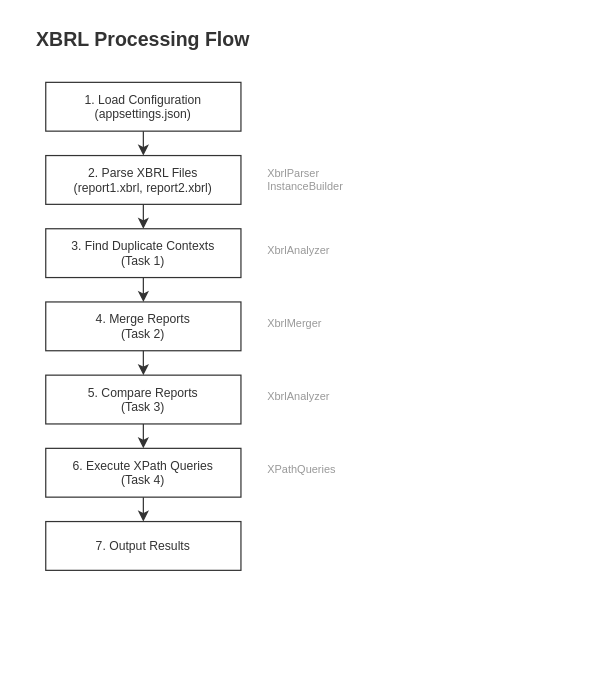
The draw.io diagram docs/1-processing-flow.drawio in Anton19840712/avancor-xbrl-processor, before the edit. Source tidied: cells renumbered, new cells numbered last; positions are measured from the earlier drawing's top-left corner, leaving out a move shared by most shapes. Both pictures are drawn from the tidied source at 122%, with x=0, y=0 at pixel (21, 21).
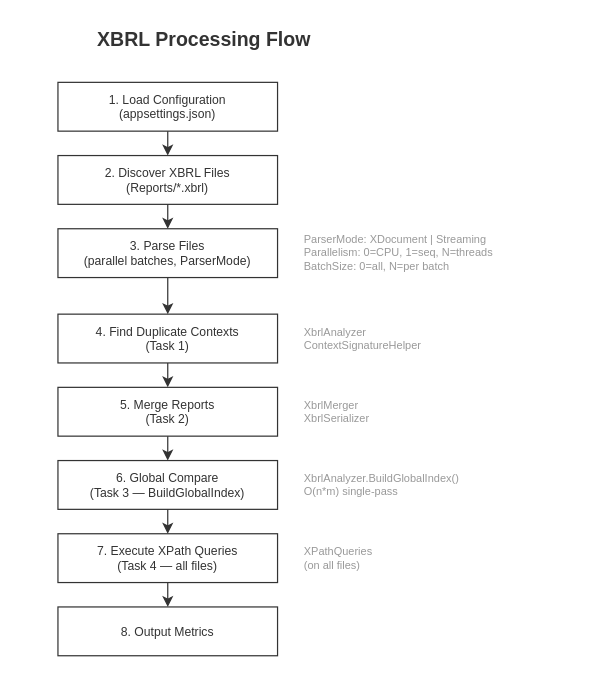
After the change.

Change to the diagram source:
```diff
@@
     <mxCell id="2" value="XBRL Processing Flow" style="text;html=1;strokeColor=none;fillColor=none;align=center;verticalAlign=middle;whiteSpace=wrap;rounded=0;fontSize=16;fontStyle=1;fontColor=#333333;" parent="1" vertex="1">
-      <mxGeometry width="200" height="30" as="geometry" />
+      <mxGeometry x="20" width="260" height="30" as="geometry" />
     </mxCell>
     <mxCell id="3" value="1. Load Configuration&#10;(appsettings.json)" style="rounded=0;whiteSpace=wrap;html=1;strokeColor=#333333;fillColor=none;fontSize=10;fontColor=#333333;" parent="1" vertex="1">
-      <mxGeometry x="20" y="50" width="160" height="40" as="geometry" />
+      <mxGeometry x="30" y="50" width="180" height="40" as="geometry" />
     </mxCell>
-    <mxCell id="4" value="2. Parse XBRL Files&#10;(report1.xbrl, report2.xbrl)" style="rounded=0;whiteSpace=wrap;html=1;strokeColor=#333333;fillColor=none;fontSize=10;fontColor=#333333;" parent="1" vertex="1">
-      <mxGeometry x="20" y="110" width="160" height="40" as="geometry" />
+    <mxCell id="4" value="2. Discover XBRL Files&#10;(Reports/*.xbrl)" style="rounded=0;whiteSpace=wrap;html=1;strokeColor=#333333;fillColor=none;fontSize=10;fontColor=#333333;" parent="1" vertex="1">
+      <mxGeometry x="30" y="110" width="180" height="40" as="geometry" />
     </mxCell>
-    <mxCell id="5" value="3. Find Duplicate Contexts&#10;(Task 1)" style="rounded=0;whiteSpace=wrap;html=1;strokeColor=#333333;fillColor=none;fontSize=10;fontColor=#333333;" parent="1" vertex="1">
-      <mxGeometry x="20" y="170" width="160" height="40" as="geometry" />
+    <mxCell id="5" value="3. Parse Files&#10;(parallel batches, ParserMode)" style="rounded=0;whiteSpace=wrap;html=1;strokeColor=#333333;fillColor=none;fontSize=10;fontColor=#333333;" parent="1" vertex="1">
+      <mxGeometry x="30" y="170" width="180" height="40" as="geometry" />
     </mxCell>
-    <mxCell id="6" value="4. Merge Reports&#10;(Task 2)" style="rounded=0;whiteSpace=wrap;html=1;strokeColor=#333333;fillColor=none;fontSize=10;fontColor=#333333;" parent="1" vertex="1">
-      <mxGeometry x="20" y="230" width="160" height="40" as="geometry" />
+    <mxCell id="6" value="4. Find Duplicate Contexts&#10;(Task 1)" style="rounded=0;whiteSpace=wrap;html=1;strokeColor=#333333;fillColor=none;fontSize=10;fontColor=#333333;" parent="1" vertex="1">
+      <mxGeometry x="30" y="240" width="180" height="40" as="geometry" />
     </mxCell>
-    <mxCell id="7" value="5. Compare Reports&#10;(Task 3)" style="rounded=0;whiteSpace=wrap;html=1;strokeColor=#333333;fillColor=none;fontSize=10;fontColor=#333333;" parent="1" vertex="1">
-      <mxGeometry x="20" y="290" width="160" height="40" as="geometry" />
+    <mxCell id="7" value="5. Merge Reports&#10;(Task 2)" style="rounded=0;whiteSpace=wrap;html=1;strokeColor=#333333;fillColor=none;fontSize=10;fontColor=#333333;" parent="1" vertex="1">
+      <mxGeometry x="30" y="300" width="180" height="40" as="geometry" />
     </mxCell>
-    <mxCell id="8" value="6. Execute XPath Queries&#10;(Task 4)" style="rounded=0;whiteSpace=wrap;html=1;strokeColor=#333333;fillColor=none;fontSize=10;fontColor=#333333;" parent="1" vertex="1">
-      <mxGeometry x="20" y="350" width="160" height="40" as="geometry" />
+    <mxCell id="8" value="6. Global Compare&#10;(Task 3 — BuildGlobalIndex)" style="rounded=0;whiteSpace=wrap;html=1;strokeColor=#333333;fillColor=none;fontSize=10;fontColor=#333333;" parent="1" vertex="1">
+      <mxGeometry x="30" y="360" width="180" height="40" as="geometry" />
     </mxCell>
-    <mxCell id="9" value="7. Output Results" style="rounded=0;whiteSpace=wrap;html=1;strokeColor=#333333;fillColor=none;fontSize=10;fontColor=#333333;" parent="1" vertex="1">
-      <mxGeometry x="20" y="410" width="160" height="40" as="geometry" />
+    <mxCell id="9" value="7. Execute XPath Queries&#10;(Task 4 — all files)" style="rounded=0;whiteSpace=wrap;html=1;strokeColor=#333333;fillColor=none;fontSize=10;fontColor=#333333;" parent="1" vertex="1">
+      <mxGeometry x="30" y="420" width="180" height="40" as="geometry" />
     </mxCell>
+    <mxCell id="21" value="8. Output Metrics" style="rounded=0;whiteSpace=wrap;html=1;strokeColor=#333333;fillColor=none;fontSize=10;fontColor=#333333;" parent="1" vertex="1">
+      <mxGeometry x="30" y="480" width="180" height="40" as="geometry" />
+    </mxCell>
@@
+    <mxCell id="22" style="endArrow=classic;html=1;strokeColor=#333333;exitX=0.5;exitY=1;entryX=0.5;entryY=0;" parent="1" edge="1" source="9" target="21">
+      <mxGeometry relative="1" as="geometry" />
+    </mxCell>
-    <mxCell id="16" value="XbrlParser&#10;InstanceBuilder" style="text;html=1;strokeColor=none;fillColor=none;align=left;verticalAlign=middle;whiteSpace=wrap;rounded=0;fontSize=9;fontColor=#999999;" parent="1" vertex="1">
-      <mxGeometry x="200" y="115" width="100" height="30" as="geometry" />
+    <mxCell id="16" value="ParserMode: XDocument | Streaming&#10;Parallelism: 0=CPU, 1=seq, N=threads&#10;BatchSize: 0=all, N=per batch" style="text;html=1;strokeColor=none;fillColor=none;align=left;verticalAlign=middle;whiteSpace=wrap;rounded=0;fontSize=9;fontColor=#999999;" parent="1" vertex="1">
+      <mxGeometry x="230" y="165" width="220" height="50" as="geometry" />
     </mxCell>
-    <mxCell id="17" value="XbrlAnalyzer" style="text;html=1;strokeColor=none;fillColor=none;align=left;verticalAlign=middle;whiteSpace=wrap;rounded=0;fontSize=9;fontColor=#999999;" parent="1" vertex="1">
-      <mxGeometry x="200" y="178" width="100" height="20" as="geometry" />
+    <mxCell id="17" value="XbrlAnalyzer&#10;ContextSignatureHelper" style="text;html=1;strokeColor=none;fillColor=none;align=left;verticalAlign=middle;whiteSpace=wrap;rounded=0;fontSize=9;fontColor=#999999;" parent="1" vertex="1">
+      <mxGeometry x="230" y="245" width="140" height="30" as="geometry" />
     </mxCell>
-    <mxCell id="18" value="XbrlMerger" style="text;html=1;strokeColor=none;fillColor=none;align=left;verticalAlign=middle;whiteSpace=wrap;rounded=0;fontSize=9;fontColor=#999999;" parent="1" vertex="1">
-      <mxGeometry x="200" y="238" width="100" height="20" as="geometry" />
+    <mxCell id="18" value="XbrlMerger&#10;XbrlSerializer" style="text;html=1;strokeColor=none;fillColor=none;align=left;verticalAlign=middle;whiteSpace=wrap;rounded=0;fontSize=9;fontColor=#999999;" parent="1" vertex="1">
+      <mxGeometry x="230" y="305" width="100" height="30" as="geometry" />
     </mxCell>
-    <mxCell id="19" value="XbrlAnalyzer" style="text;html=1;strokeColor=none;fillColor=none;align=left;verticalAlign=middle;whiteSpace=wrap;rounded=0;fontSize=9;fontColor=#999999;" parent="1" vertex="1">
-      <mxGeometry x="200" y="298" width="100" height="20" as="geometry" />
+    <mxCell id="19" value="XbrlAnalyzer.BuildGlobalIndex()&#10;O(n*m) single-pass" style="text;html=1;strokeColor=none;fillColor=none;align=left;verticalAlign=middle;whiteSpace=wrap;rounded=0;fontSize=9;fontColor=#999999;" parent="1" vertex="1">
+      <mxGeometry x="230" y="365" width="190" height="30" as="geometry" />
     </mxCell>
-    <mxCell id="20" value="XPathQueries" style="text;html=1;strokeColor=none;fillColor=none;align=left;verticalAlign=middle;whiteSpace=wrap;rounded=0;fontSize=9;fontColor=#999999;" parent="1" vertex="1">
-      <mxGeometry x="200" y="358" width="100" height="20" as="geometry" />
+    <mxCell id="20" value="XPathQueries&#10;(on all files)" style="text;html=1;strokeColor=none;fillColor=none;align=left;verticalAlign=middle;whiteSpace=wrap;rounded=0;fontSize=9;fontColor=#999999;" parent="1" vertex="1">
+      <mxGeometry x="230" y="425" width="100" height="30" as="geometry" />
     </mxCell>
```
